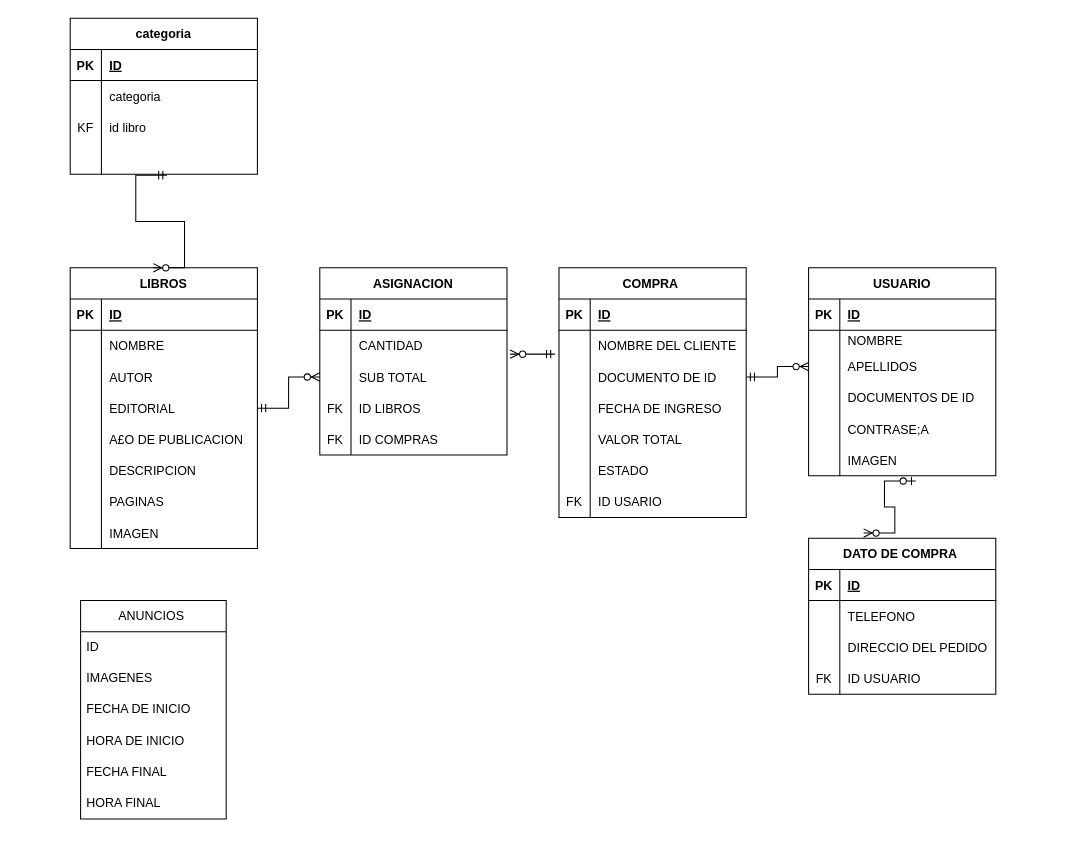
Earlier version of the draw.io diagram Untitled Diagram.drawio (WilmaraRuizD/WLANS-BOOK-store). Source tidied: cells renumbered, new cells numbered last; positions are measured from the earlier drawing's top-left corner, leaving out a move shared by most shapes. Both pictures are drawn from the tidied source at 104%, with x=0, y=0 at pixel (70, 18).
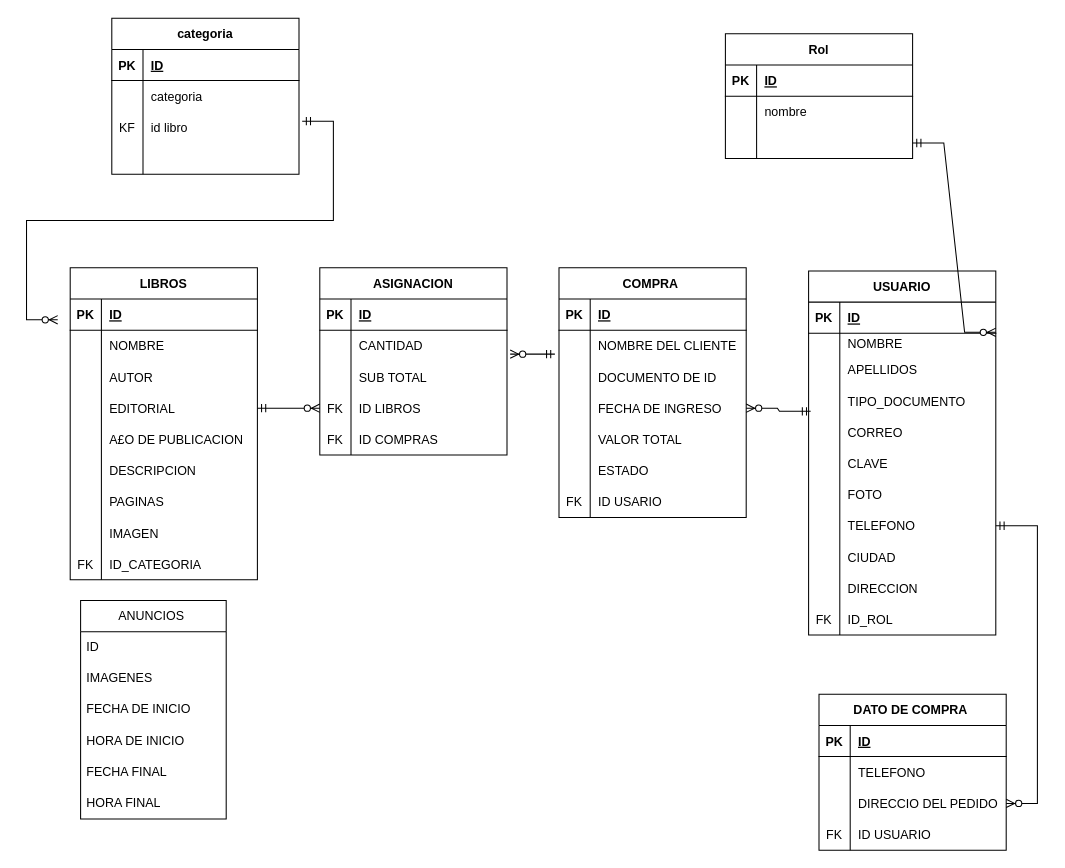
The same page after the edit.

The change refers to these unchanged cells:
```xml
<mxCell id="16" style="shape=tableRow;horizontal=0;startSize=0;swimlaneHead=0;swimlaneBody=0;fillColor=none;points=[[0,0.5],[1,0.5]];portConstraint=eastwest;top=0;left=0;right=0;bottom=0;" parent="9" vertex="1">
  <mxGeometry y="90" width="180" height="30" as="geometry" />
</mxCell>
<mxCell id="26" style="shape=tableRow;horizontal=0;startSize=0;swimlaneHead=0;swimlaneBody=0;fillColor=none;points=[[0,0.5],[1,0.5]];portConstraint=eastwest;top=0;left=0;right=0;bottom=0;" parent="22" vertex="1">
  <mxGeometry y="60" width="180" height="20" as="geometry" />
</mxCell>
<mxCell id="29" style="shape=tableRow;horizontal=0;startSize=0;swimlaneHead=0;swimlaneBody=0;fillColor=none;points=[[0,0.5],[1,0.5]];portConstraint=eastwest;top=0;left=0;right=0;bottom=0;" parent="22" vertex="1">
  <mxGeometry y="80" width="180" height="30" as="geometry" />
</mxCell>
<mxCell id="32" style="shape=tableRow;horizontal=0;startSize=0;swimlaneHead=0;swimlaneBody=0;fillColor=none;points=[[0,0.5],[1,0.5]];portConstraint=eastwest;top=0;left=0;right=0;bottom=0;" parent="22" vertex="1">
  <mxGeometry y="110" width="180" height="30" as="geometry" />
</mxCell>
<mxCell id="35" style="shape=tableRow;horizontal=0;startSize=0;swimlaneHead=0;swimlaneBody=0;fillColor=none;top=0;left=0;right=0;bottom=0;" parent="22" vertex="1">
  <mxGeometry y="140" width="180" height="30" as="geometry" />
</mxCell>
<mxCell id="38" style="shape=tableRow;horizontal=0;startSize=0;swimlaneHead=0;swimlaneBody=0;fillColor=none;points=[[0,0.5],[1,0.5]];portConstraint=eastwest;top=0;left=0;right=0;bottom=0;" parent="22" vertex="1">
  <mxGeometry y="170" width="180" height="30" as="geometry" />
</mxCell>
<mxCell id="48" style="shape=tableRow;horizontal=0;startSize=0;swimlaneHead=0;swimlaneBody=0;fillColor=none;points=[[0,0.5],[1,0.5]];portConstraint=eastwest;top=0;left=0;right=0;bottom=0;" parent="41" vertex="1">
  <mxGeometry y="90" width="180" height="30" as="geometry" />
</mxCell>
<mxCell id="51" style="shape=tableRow;horizontal=0;startSize=0;swimlaneHead=0;swimlaneBody=0;fillColor=none;points=[[0,0.5],[1,0.5]];portConstraint=eastwest;top=0;left=0;right=0;bottom=0;" parent="41" vertex="1">
  <mxGeometry y="120" width="180" height="30" as="geometry" />
</mxCell>
<mxCell id="70" style="shape=tableRow;horizontal=0;startSize=0;swimlaneHead=0;swimlaneBody=0;fillColor=none;points=[[0,0.5],[1,0.5]];portConstraint=eastwest;top=0;left=0;right=0;bottom=0;" parent="63" vertex="1">
  <mxGeometry y="90" width="180" height="30" as="geometry" />
</mxCell>
<mxCell id="73" style="shape=tableRow;horizontal=0;startSize=0;swimlaneHead=0;swimlaneBody=0;fillColor=none;points=[[0,0.5],[1,0.5]];portConstraint=eastwest;top=0;left=0;right=0;bottom=0;" parent="63" vertex="1">
  <mxGeometry y="120" width="180" height="30" as="geometry" />
</mxCell>
<mxCell id="89" style="shape=tableRow;horizontal=0;startSize=0;swimlaneHead=0;swimlaneBody=0;fillColor=none;points=[[0,0.5],[1,0.5]];portConstraint=eastwest;top=0;left=0;right=0;bottom=0;" parent="79" vertex="1">
  <mxGeometry y="120" width="180" height="30" as="geometry" />
</mxCell>
<mxCell id="115" style="shape=tableRow;horizontal=0;startSize=0;swimlaneHead=0;swimlaneBody=0;fillColor=none;points=[[0,0.5],[1,0.5]];portConstraint=eastwest;top=0;left=0;right=0;bottom=0;" parent="108" vertex="1">
  <mxGeometry y="90" width="180" height="30" as="geometry" />
</mxCell>
<mxCell id="118" style="shape=tableRow;horizontal=0;startSize=0;swimlaneHead=0;swimlaneBody=0;fillColor=none;points=[[0,0.5],[1,0.5]];portConstraint=eastwest;top=0;left=0;right=0;bottom=0;" parent="108" vertex="1">
  <mxGeometry y="120" width="180" height="30" as="geometry" />
</mxCell>
```

The edit, as a diff of the source:
```diff
@@
     <mxCell id="9" value="DATO DE COMPRA " style="shape=table;startSize=30;childLayout=tableLayout;rowLines=0;fontStyle=1;align=center;" parent="1" vertex="1">
-      <mxGeometry x="710" y="500" width="180" height="150" as="geometry" />
+      <mxGeometry x="720" y="650" width="180" height="150" as="geometry" />
     </mxCell>
@@
     <mxCell id="22" value="USUARIO" style="shape=table;startSize=30;childLayout=tableLayout;rowLines=0;fontStyle=1;align=center;" parent="1" vertex="1">
-      <mxGeometry x="710" y="240" width="180" height="200" as="geometry" />
+      <mxGeometry x="710" y="243" width="180" height="350" as="geometry" />
     </mxCell>
@@
-    <mxCell id="34" value="DOCUMENTOS DE ID" style="shape=partialRectangle;fillColor=none;top=0;left=0;bottom=0;right=0;align=left;spacingLeft=6;overflow=hidden;" parent="32" vertex="1">
+    <mxCell id="34" value="TIPO_DOCUMENTO" style="shape=partialRectangle;fillColor=none;top=0;left=0;bottom=0;right=0;align=left;spacingLeft=6;overflow=hidden;" parent="32" vertex="1">
       <mxGeometry x="30" width="150" height="30" as="geometry" />
     </mxCell>
@@
-    <mxCell id="37" value="CONTRASE;A " style="shape=partialRectangle;fillColor=none;top=0;left=0;bottom=0;right=0;align=left;spacingLeft=6;overflow=hidden;" parent="35" vertex="1">
+    <mxCell id="37" value="CORREO" style="shape=partialRectangle;fillColor=none;top=0;left=0;bottom=0;right=0;align=left;spacingLeft=6;overflow=hidden;" parent="35" vertex="1">
       <mxGeometry x="30" width="150" height="30" as="geometry" />
     </mxCell>
@@
-    <mxCell id="40" value="IMAGEN " style="shape=partialRectangle;fillColor=none;top=0;left=0;bottom=0;right=0;align=left;spacingLeft=6;overflow=hidden;" parent="38" vertex="1">
+    <mxCell id="40" value="CLAVE" style="shape=partialRectangle;fillColor=none;top=0;left=0;bottom=0;right=0;align=left;spacingLeft=6;overflow=hidden;" parent="38" vertex="1">
       <mxGeometry x="30" width="150" height="30" as="geometry" />
     </mxCell>
+    <mxCell id="122" style="shape=tableRow;horizontal=0;startSize=0;swimlaneHead=0;swimlaneBody=0;fillColor=none;top=0;left=0;right=0;bottom=0;" parent="22" vertex="1">
+      <mxGeometry y="200" width="180" height="30" as="geometry" />
+    </mxCell>
+    <mxCell id="123" style="shape=partialRectangle;fillColor=none;top=0;left=0;bottom=0;right=0;overflow=hidden;" parent="122" vertex="1">
+      <mxGeometry width="30" height="30" as="geometry" />
+    </mxCell>
+    <mxCell id="124" value="FOTO" style="shape=partialRectangle;fillColor=none;top=0;left=0;bottom=0;right=0;align=left;spacingLeft=6;overflow=hidden;" parent="122" vertex="1">
+      <mxGeometry x="30" width="150" height="30" as="geometry" />
+    </mxCell>
+    <mxCell id="125" style="shape=tableRow;horizontal=0;startSize=0;swimlaneHead=0;swimlaneBody=0;fillColor=none;points=[[0,0.5],[1,0.5]];portConstraint=eastwest;top=0;left=0;right=0;bottom=0;" parent="22" vertex="1">
+      <mxGeometry y="230" width="180" height="30" as="geometry" />
+    </mxCell>
+    <mxCell id="126" style="shape=partialRectangle;fillColor=none;top=0;left=0;bottom=0;right=0;overflow=hidden;" parent="125" vertex="1">
+      <mxGeometry width="30" height="30" as="geometry" />
+    </mxCell>
+    <mxCell id="127" value="TELEFONO" style="shape=partialRectangle;fillColor=none;top=0;left=0;bottom=0;right=0;align=left;spacingLeft=6;overflow=hidden;" parent="125" vertex="1">
+      <mxGeometry x="30" width="150" height="30" as="geometry" />
+    </mxCell>
+    <mxCell id="128" style="shape=tableRow;horizontal=0;startSize=0;swimlaneHead=0;swimlaneBody=0;fillColor=none;top=0;left=0;right=0;bottom=0;" parent="22" vertex="1">
+      <mxGeometry y="260" width="180" height="30" as="geometry" />
+    </mxCell>
+    <mxCell id="129" style="shape=partialRectangle;fillColor=none;top=0;left=0;bottom=0;right=0;overflow=hidden;" parent="128" vertex="1">
+      <mxGeometry width="30" height="30" as="geometry" />
+    </mxCell>
+    <mxCell id="130" value="CIUDAD" style="shape=partialRectangle;fillColor=none;top=0;left=0;bottom=0;right=0;align=left;spacingLeft=6;overflow=hidden;" parent="128" vertex="1">
+      <mxGeometry x="30" width="150" height="30" as="geometry" />
+    </mxCell>
+    <mxCell id="131" style="shape=tableRow;horizontal=0;startSize=0;swimlaneHead=0;swimlaneBody=0;fillColor=none;top=0;left=0;right=0;bottom=0;" parent="22" vertex="1">
+      <mxGeometry y="290" width="180" height="30" as="geometry" />
+    </mxCell>
+    <mxCell id="132" style="shape=partialRectangle;fillColor=none;top=0;left=0;bottom=0;right=0;overflow=hidden;" parent="131" vertex="1">
+      <mxGeometry width="30" height="30" as="geometry" />
+    </mxCell>
+    <mxCell id="133" value="DIRECCION" style="shape=partialRectangle;fillColor=none;top=0;left=0;bottom=0;right=0;align=left;spacingLeft=6;overflow=hidden;" parent="131" vertex="1">
+      <mxGeometry x="30" width="150" height="30" as="geometry" />
+    </mxCell>
+    <mxCell id="134" style="shape=tableRow;horizontal=0;startSize=0;swimlaneHead=0;swimlaneBody=0;fillColor=none;top=0;left=0;right=0;bottom=0;" parent="22" vertex="1">
+      <mxGeometry y="320" width="180" height="30" as="geometry" />
+    </mxCell>
+    <mxCell id="135" value="FK" style="shape=partialRectangle;fillColor=none;top=0;left=0;bottom=0;right=0;overflow=hidden;" parent="134" vertex="1">
+      <mxGeometry width="30" height="30" as="geometry" />
+    </mxCell>
+    <mxCell id="136" value="ID_ROL" style="shape=partialRectangle;fillColor=none;top=0;left=0;bottom=0;right=0;align=left;spacingLeft=6;overflow=hidden;" parent="134" vertex="1">
+      <mxGeometry x="30" width="150" height="30" as="geometry" />
+    </mxCell>
@@
     <mxCell id="79" value="LIBROS" style="shape=table;startSize=30;childLayout=tableLayout;rowLines=0;fontStyle=1;align=center;" parent="1" vertex="1">
-      <mxGeometry y="240" width="180" height="270" as="geometry" />
+      <mxGeometry y="240" width="180" height="300" as="geometry" />
     </mxCell>
@@
+    <mxCell id="137" style="shape=tableRow;horizontal=0;startSize=0;swimlaneHead=0;swimlaneBody=0;fillColor=none;top=0;left=0;right=0;bottom=0;" parent="79" vertex="1">
+      <mxGeometry y="270" width="180" height="30" as="geometry" />
+    </mxCell>
+    <mxCell id="138" value="FK" style="shape=partialRectangle;fillColor=none;top=0;left=0;bottom=0;right=0;overflow=hidden;" parent="137" vertex="1">
+      <mxGeometry width="30" height="30" as="geometry" />
+    </mxCell>
+    <mxCell id="139" value="ID_CATEGORIA" style="shape=partialRectangle;fillColor=none;top=0;left=0;bottom=0;right=0;align=left;spacingLeft=6;overflow=hidden;" parent="137" vertex="1">
+      <mxGeometry x="30" width="150" height="30" as="geometry" />
+    </mxCell>
@@
-    <mxCell id="105" style="edgeStyle=entityRelationEdgeStyle;fontSize=12;html=1;endArrow=ERzeroToMany;startArrow=ERmandOne;rounded=0;exitX=1;exitY=0.5;exitDx=0;exitDy=0;entryX=0;entryY=0.5;entryDx=0;entryDy=0;" parent="1" edge="1" source="89" target="70">
+    <mxCell id="105" style="edgeStyle=entityRelationEdgeStyle;fontSize=12;html=1;endArrow=ERzeroToMany;startArrow=ERmandOne;rounded=0;exitX=1;exitY=0.5;exitDx=0;exitDy=0;entryX=0;entryY=0.5;entryDx=0;entryDy=0;" parent="1" edge="1" source="89" target="73">
       <mxGeometry relative="1" as="geometry" />
     </mxCell>
-    <mxCell id="106" style="edgeStyle=entityRelationEdgeStyle;fontSize=12;html=1;endArrow=ERzeroToMany;startArrow=ERmandOne;rounded=0;entryX=0;entryY=0.5;entryDx=0;entryDy=0;" parent="1" edge="1" source="48" target="29">
-      <mxGeometry relative="1" as="geometry" />
-    </mxCell>
-    <mxCell id="107" style="edgeStyle=entityRelationEdgeStyle;fontSize=12;html=1;endArrow=ERzeroToMany;startArrow=ERzeroToOne;rounded=0;entryX=0.294;entryY=-0.033;entryDx=0;entryDy=0;entryPerimeter=0;exitX=0.572;exitY=1.167;exitDx=0;exitDy=0;exitPerimeter=0;" parent="1" edge="1" source="38" target="9">
-      <mxGeometry relative="1" as="geometry" />
-    </mxCell>
     <mxCell id="108" value="categoria" style="shape=table;startSize=30;childLayout=tableLayout;rowLines=0;fontStyle=1;align=center;" parent="1" vertex="1">
-      <mxGeometry width="180" height="150" as="geometry" />
+      <mxGeometry x="40" width="180" height="150" as="geometry" />
     </mxCell>
@@
-    <mxCell id="121" style="edgeStyle=entityRelationEdgeStyle;fontSize=12;html=1;endArrow=ERzeroToMany;startArrow=ERmandOne;rounded=0;entryX=0.444;entryY=0;entryDx=0;entryDy=0;entryPerimeter=0;exitX=0.517;exitY=1.033;exitDx=0;exitDy=0;exitPerimeter=0;" parent="1" edge="1" source="118" target="79">
-      <mxGeometry relative="1" as="geometry" />
+    <mxCell id="121" style="edgeStyle=entityRelationEdgeStyle;fontSize=12;html=1;endArrow=ERzeroToMany;startArrow=ERmandOne;rounded=0;exitX=1.017;exitY=0.3;exitDx=0;exitDy=0;exitPerimeter=0;" parent="1" edge="1" source="115">
+      <mxGeometry relative="1" as="geometry">
+        <mxPoint x="-12" y="290" as="targetPoint" />
+      </mxGeometry>
     </mxCell>
+    <mxCell id="140" value="Rol" style="shape=table;startSize=30;childLayout=tableLayout;rowLines=0;fontStyle=1;align=center;" parent="1" vertex="1">
+      <mxGeometry x="630" y="15" width="180" height="120" as="geometry" />
+    </mxCell>
+    <mxCell id="141" style="shape=tableRow;horizontal=0;startSize=0;swimlaneHead=0;swimlaneBody=0;fillColor=none;top=0;left=0;right=0;bottom=1;" parent="140" vertex="1">
+      <mxGeometry y="30" width="180" height="30" as="geometry" />
+    </mxCell>
+    <mxCell id="142" value="PK" style="shape=partialRectangle;fillColor=none;top=0;left=0;bottom=0;right=0;fontStyle=1;overflow=hidden;" parent="141" vertex="1">
+      <mxGeometry width="30" height="30" as="geometry" />
+    </mxCell>
+    <mxCell id="143" value="ID" style="shape=partialRectangle;fillColor=none;top=0;left=0;bottom=0;right=0;align=left;spacingLeft=6;fontStyle=5;overflow=hidden;" parent="141" vertex="1">
+      <mxGeometry x="30" width="150" height="30" as="geometry" />
+    </mxCell>
+    <mxCell id="144" style="shape=tableRow;horizontal=0;startSize=0;swimlaneHead=0;swimlaneBody=0;fillColor=none;top=0;left=0;right=0;bottom=0;" parent="140" vertex="1">
+      <mxGeometry y="60" width="180" height="30" as="geometry" />
+    </mxCell>
+    <mxCell id="145" style="shape=partialRectangle;fillColor=none;top=0;left=0;bottom=0;right=0;overflow=hidden;" parent="144" vertex="1">
+      <mxGeometry width="30" height="30" as="geometry" />
+    </mxCell>
+    <mxCell id="146" value="nombre" style="shape=partialRectangle;fillColor=none;top=0;left=0;bottom=0;right=0;align=left;spacingLeft=6;overflow=hidden;" parent="144" vertex="1">
+      <mxGeometry x="30" width="150" height="30" as="geometry" />
+    </mxCell>
+    <mxCell id="147" style="shape=tableRow;horizontal=0;startSize=0;swimlaneHead=0;swimlaneBody=0;fillColor=none;points=[[0,0.5],[1,0.5]];portConstraint=eastwest;top=0;left=0;right=0;bottom=0;" parent="140" vertex="1">
+      <mxGeometry y="90" width="180" height="30" as="geometry" />
+    </mxCell>
+    <mxCell id="148" style="shape=partialRectangle;fillColor=none;top=0;left=0;bottom=0;right=0;overflow=hidden;" parent="147" vertex="1">
+      <mxGeometry width="30" height="30" as="geometry" />
+    </mxCell>
+    <mxCell id="149" style="shape=partialRectangle;fillColor=none;top=0;left=0;bottom=0;right=0;align=left;spacingLeft=6;overflow=hidden;" parent="147" vertex="1">
+      <mxGeometry x="30" width="150" height="30" as="geometry" />
+    </mxCell>
+    <mxCell id="150" style="edgeStyle=entityRelationEdgeStyle;fontSize=12;html=1;endArrow=ERzeroToMany;startArrow=ERmandOne;rounded=0;exitX=1;exitY=0.5;exitDx=0;exitDy=0;entryX=1;entryY=-0.05;entryDx=0;entryDy=0;entryPerimeter=0;" parent="1" edge="1" source="147" target="26">
+      <mxGeometry relative="1" as="geometry" />
+    </mxCell>
+    <mxCell id="106" style="edgeStyle=entityRelationEdgeStyle;fontSize=12;html=1;endArrow=ERzeroToMany;startArrow=ERmandOne;rounded=0;entryX=1;entryY=0.5;entryDx=0;entryDy=0;exitX=0.011;exitY=0.833;exitDx=0;exitDy=0;exitPerimeter=0;" parent="1" edge="1" source="32" target="51">
+      <mxGeometry relative="1" as="geometry" />
+    </mxCell>
+    <mxCell id="151" style="edgeStyle=entityRelationEdgeStyle;fontSize=12;html=1;endArrow=ERzeroToMany;startArrow=ERmandOne;rounded=0;exitX=1;exitY=0.5;exitDx=0;exitDy=0;" parent="1" edge="1" source="125" target="16">
+      <mxGeometry relative="1" as="geometry" />
+    </mxCell>
```
